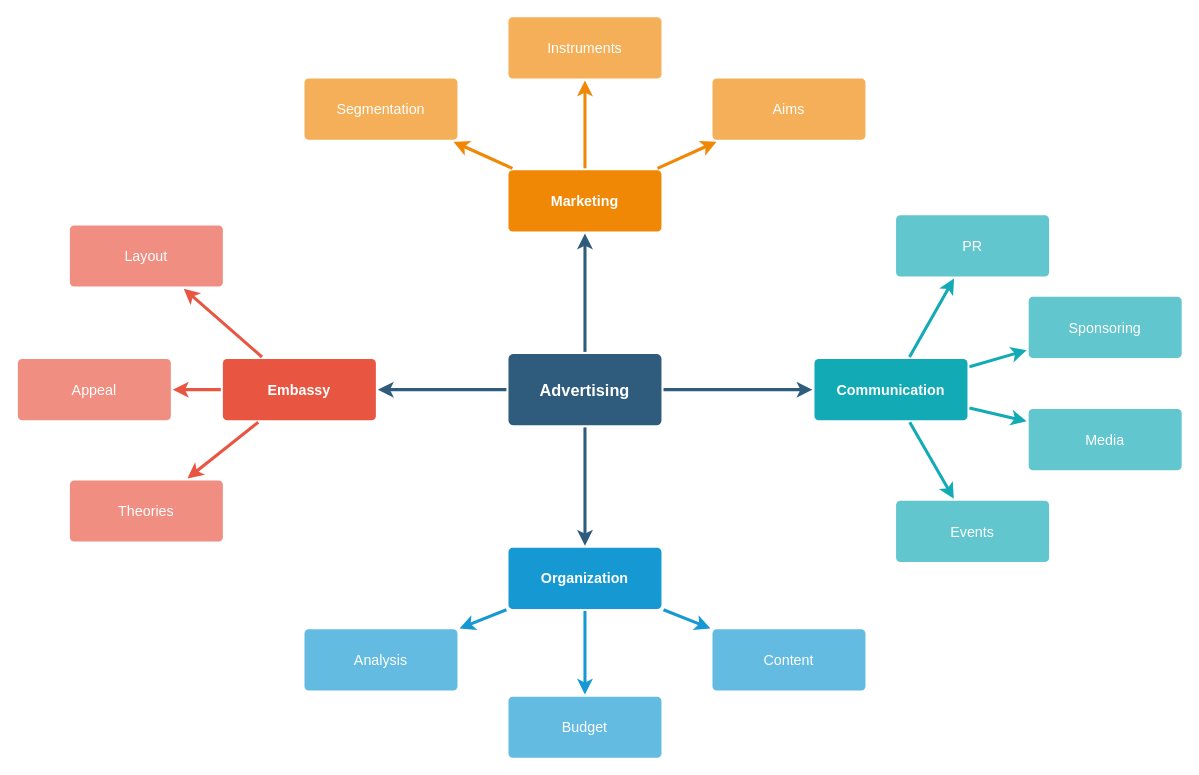
This is Diagrama sin título.drawio from santiagojav/MapaConcepOrganizaciones, a draw.io file, before an edit. Source tidied: cells renumbered, new cells numbered last; positions are measured from the earlier drawing's top-left corner, leaving out a move shared by most shapes. Both pictures are drawn from the tidied source at 102%, with x=0, y=0 at pixel (17, 16).
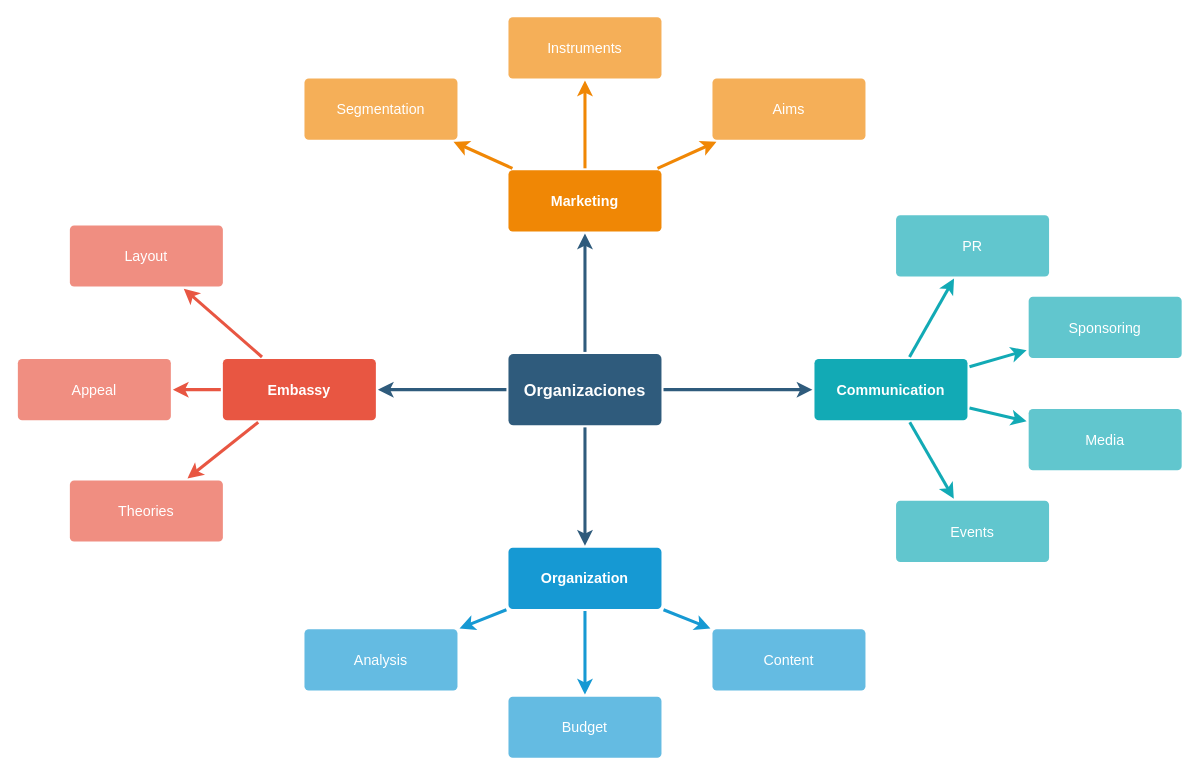
After the change.

The edit, as a diff of the source:
```diff
@@
-    <mxCell id="6" value="Advertising" style="rounded=1;whiteSpace=wrap;html=1;shadow=0;labelBackgroundColor=none;strokeColor=none;strokeWidth=3;fillColor=#2F5B7C;fontFamily=Helvetica;fontSize=16;fontColor=#FFFFFF;align=center;fontStyle=1;spacing=5;arcSize=7;perimeterSpacing=2;" parent="1" vertex="1">
+    <mxCell id="6" value="Organizaciones" style="rounded=1;whiteSpace=wrap;html=1;shadow=0;labelBackgroundColor=none;strokeColor=none;strokeWidth=3;fillColor=#2F5B7C;fontFamily=Helvetica;fontSize=16;fontColor=#FFFFFF;align=center;fontStyle=1;spacing=5;arcSize=7;perimeterSpacing=2;" parent="1" vertex="1">
       <mxGeometry x="481" y="330.5" width="150" height="70" as="geometry" />
     </mxCell>
```
